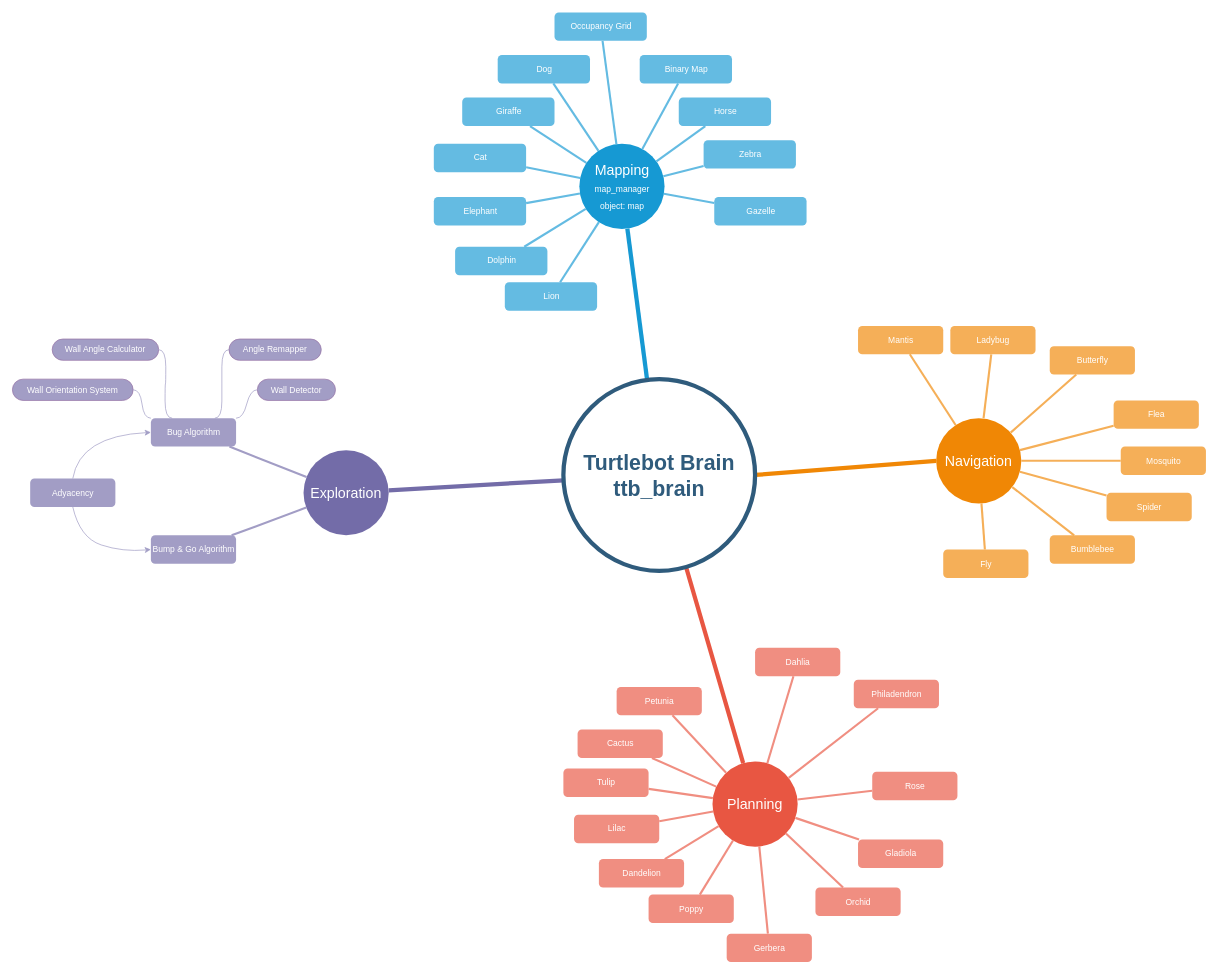
The draw.io diagram assets/Untitled Diagram.drawio in pariaspe/ttb-slam, before the edit. Source tidied: cells renumbered, new cells numbered last; positions are measured from the earlier drawing's top-left corner, leaving out a move shared by most shapes. Both pictures are drawn from the tidied source at 71%, with x=0, y=0 at pixel (12, 12).
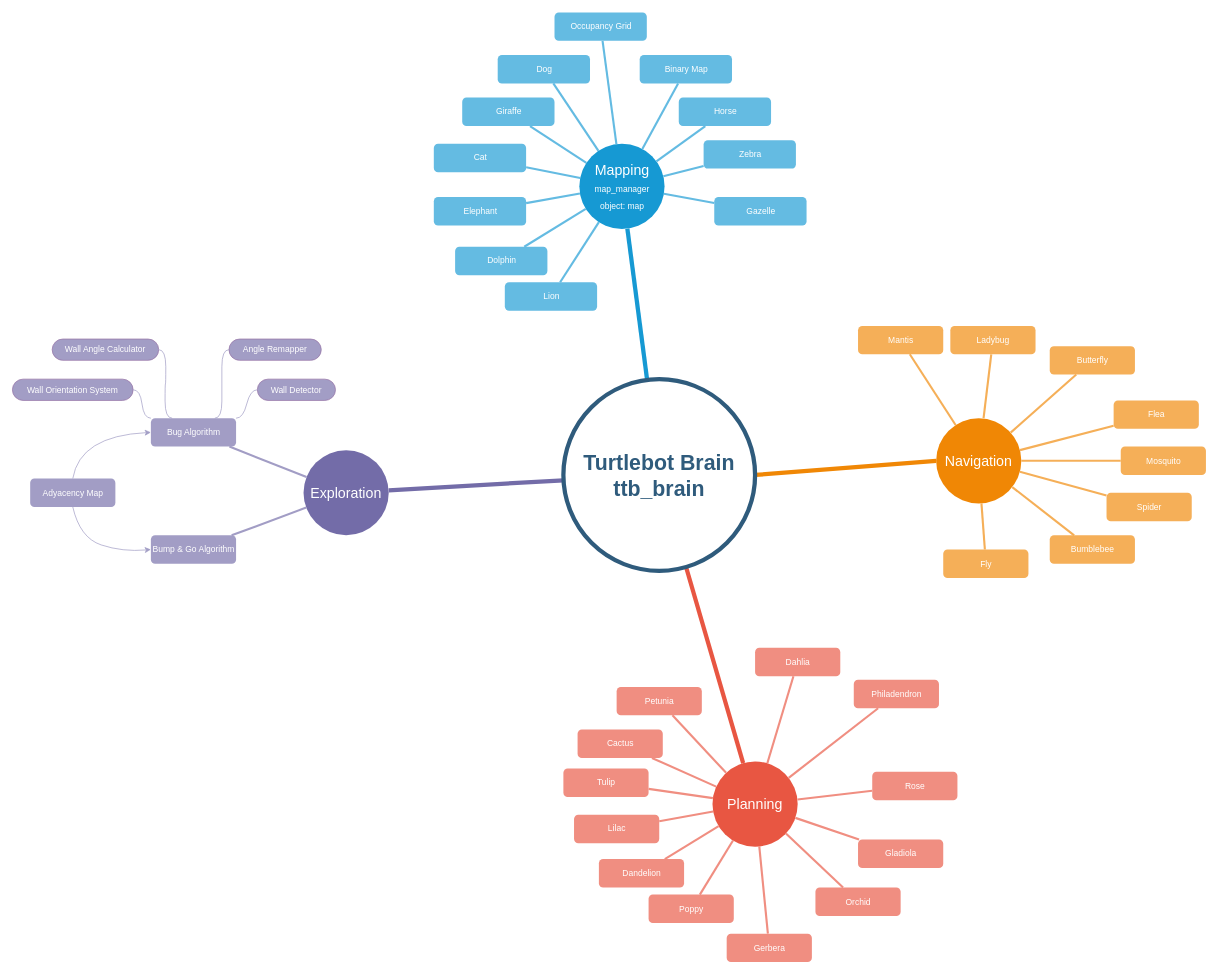
After the change.

Commit message:
exploration finished

Change to the diagram source:
```diff
@@
-    <mxCell id="75" value="Adyacency" style="rounded=1;fillColor=#a29dc5;strokeColor=none;strokeWidth=3;shadow=0;html=1;fontColor=#FFFFFF;" parent="1" vertex="1">
+    <mxCell id="75" value="Adyacency Map" style="rounded=1;fillColor=#a29dc5;strokeColor=none;strokeWidth=3;shadow=0;html=1;fontColor=#FFFFFF;" parent="1" vertex="1">
       <mxGeometry x="25" y="656.5" width="120" height="40" as="geometry" />
     </mxCell>
```
